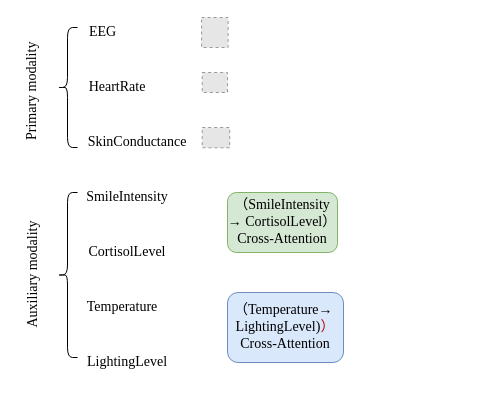
Before: EEG Classify.drawio in lyj-12/DrawIO, a draw.io diagram. Source tidied: cells renumbered, new cells numbered last; positions are measured from the earlier drawing's top-left corner, leaving out a move shared by most shapes. Both pictures are drawn from the tidied source at 100%, with x=0, y=0 at pixel (-23, 17). Pictures stored in the file or linked from it are replaced by grey dashed boxes.
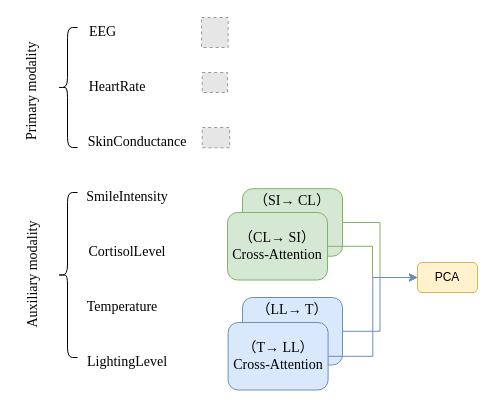
After the change.

Diff of the diagram source:
```diff
@@
-    <mxCell id="2" value="&lt;font style=&quot;font-size: 14px;&quot;&gt;（SmileIntensity&lt;/font&gt;&lt;div&gt;&lt;span style=&quot;font-size: 14px; background-color: transparent; color: light-dark(rgb(0, 0, 0), rgb(255, 255, 255));&quot;&gt;→&amp;nbsp;&lt;/span&gt;&lt;span style=&quot;background-color: transparent; color: light-dark(rgb(0, 0, 0), rgb(255, 255, 255)); font-size: 14px;&quot;&gt;CortisolLevel）&lt;/span&gt;&lt;div&gt;&lt;div&gt;&lt;font style=&quot;font-size: 14px;&quot;&gt;Cross-Attention&lt;/font&gt;&lt;/div&gt;&lt;/div&gt;&lt;/div&gt;" style="rounded=1;whiteSpace=wrap;html=1;fillColor=#d5e8d4;strokeColor=#82b366;fontFamily=Times New Roman;" parent="1" vertex="1">
-      <mxGeometry x="250" y="175" width="110" height="60" as="geometry" />
-    </mxCell>
-    <mxCell id="3" value="&lt;font style=&quot;font-size: 14px;&quot;&gt;（Temperature&lt;/font&gt;&lt;span style=&quot;font-size: 14px; background-color: transparent; color: light-dark(rgb(0, 0, 0), rgb(255, 255, 255));&quot;&gt;→&amp;nbsp;&lt;/span&gt;&lt;div&gt;&lt;span style=&quot;background-color: transparent;&quot;&gt;&lt;span style=&quot;font-size: 14px;&quot;&gt;LightingLevel)&lt;/span&gt;&lt;font color=&quot;rgba(0, 0, 0, 0)&quot;&gt;&lt;span style=&quot;font-size: 14px;&quot;&gt;）&lt;/span&gt;&lt;/font&gt;&lt;/span&gt;&lt;div&gt;&lt;font style=&quot;font-size: 14px;&quot;&gt;Cross-Attention&lt;/font&gt;&lt;/div&gt;&lt;/div&gt;" style="rounded=1;whiteSpace=wrap;html=1;fillColor=#dae8fc;strokeColor=#6c8ebf;fontFamily=Times New Roman;" parent="1" vertex="1">
-      <mxGeometry x="250" y="275" width="116" height="70" as="geometry" />
-    </mxCell>
@@
+    <mxCell id="18" style="edgeStyle=orthogonalEdgeStyle;rounded=0;jettySize=auto;html=1;entryX=0;entryY=0.5;entryDx=0;entryDy=0;fillColor=#d5e8d4;strokeColor=#82b366;" parent="1" edge="1" source="19" target="26">
+      <mxGeometry relative="1" as="geometry" />
+    </mxCell>
+    <mxCell id="19" value="&lt;font style=&quot;font-size: 14px;&quot;&gt;（SI&lt;/font&gt;&lt;span style=&quot;background-color: transparent; color: light-dark(rgb(0, 0, 0), rgb(255, 255, 255)); font-size: 14px;&quot;&gt;→&amp;nbsp;&lt;/span&gt;&lt;span style=&quot;background-color: transparent; color: light-dark(rgb(0, 0, 0), rgb(255, 255, 255)); font-size: 14px;&quot;&gt;CL）&lt;/span&gt;&lt;div&gt;&lt;br&gt;&lt;/div&gt;&lt;div&gt;&lt;br&gt;&lt;/div&gt;&lt;div&gt;&lt;br&gt;&lt;/div&gt;" style="rounded=1;whiteSpace=wrap;html=1;fillColor=#d5e8d4;strokeColor=#82b366;fontFamily=Times New Roman;" parent="1" vertex="1">
+      <mxGeometry x="265" y="171.2" width="100" height="67.5" as="geometry" />
+    </mxCell>
+    <mxCell id="20" style="edgeStyle=orthogonalEdgeStyle;rounded=0;jettySize=auto;html=1;entryX=0;entryY=0.5;entryDx=0;entryDy=0;fillColor=#d5e8d4;strokeColor=#82b366;" parent="1" edge="1" source="21" target="26">
+      <mxGeometry relative="1" as="geometry" />
+    </mxCell>
+    <mxCell id="21" value="&lt;font style=&quot;font-size: 14px;&quot;&gt;（CL&lt;/font&gt;&lt;span style=&quot;background-color: transparent; color: light-dark(rgb(0, 0, 0), rgb(255, 255, 255)); font-size: 14px;&quot;&gt;→&amp;nbsp;&lt;/span&gt;&lt;span style=&quot;background-color: transparent; color: light-dark(rgb(0, 0, 0), rgb(255, 255, 255)); font-size: 14px;&quot;&gt;SI）&lt;/span&gt;&lt;div&gt;&lt;div&gt;&lt;div&gt;&lt;font style=&quot;font-size: 14px;&quot;&gt;Cross-Attention&lt;/font&gt;&lt;/div&gt;&lt;/div&gt;&lt;/div&gt;" style="rounded=1;whiteSpace=wrap;html=1;fillColor=#d5e8d4;strokeColor=#82b366;fontFamily=Times New Roman;" parent="1" vertex="1">
+      <mxGeometry x="250" y="195" width="100" height="67.5" as="geometry" />
+    </mxCell>
+    <mxCell id="22" style="edgeStyle=orthogonalEdgeStyle;rounded=0;jettySize=auto;html=1;entryX=0;entryY=0.5;entryDx=0;entryDy=0;fillColor=#dae8fc;strokeColor=#6c8ebf;" parent="1" edge="1" source="23" target="26">
+      <mxGeometry relative="1" as="geometry" />
+    </mxCell>
+    <mxCell id="23" value="&lt;font style=&quot;font-size: 14px;&quot;&gt;（LL&lt;/font&gt;&lt;span style=&quot;background-color: transparent; color: light-dark(rgb(0, 0, 0), rgb(255, 255, 255)); font-size: 14px;&quot;&gt;→ T&lt;/span&gt;&lt;span style=&quot;background-color: transparent; color: light-dark(rgb(0, 0, 0), rgb(255, 255, 255)); font-size: 14px;&quot;&gt;）&lt;/span&gt;&lt;div&gt;&lt;br&gt;&lt;/div&gt;&lt;div&gt;&lt;br&gt;&lt;/div&gt;&lt;div&gt;&lt;br&gt;&lt;/div&gt;" style="rounded=1;whiteSpace=wrap;html=1;fillColor=#dae8fc;strokeColor=#6c8ebf;fontFamily=Times New Roman;align=center;verticalAlign=middle;fontSize=12;fontColor=default;" parent="1" vertex="1">
+      <mxGeometry x="265" y="280" width="100" height="67.5" as="geometry" />
+    </mxCell>
+    <mxCell id="24" style="edgeStyle=orthogonalEdgeStyle;rounded=0;jettySize=auto;html=1;entryX=0;entryY=0.5;entryDx=0;entryDy=0;fillColor=#dae8fc;strokeColor=#6c8ebf;" parent="1" edge="1" source="25" target="26">
+      <mxGeometry relative="1" as="geometry" />
+    </mxCell>
+    <mxCell id="25" value="&lt;font style=&quot;font-size: 14px;&quot;&gt;（T&lt;/font&gt;&lt;span style=&quot;background-color: transparent; color: light-dark(rgb(0, 0, 0), rgb(255, 255, 255)); font-size: 14px;&quot;&gt;→&amp;nbsp;&lt;/span&gt;&lt;span style=&quot;background-color: transparent; color: light-dark(rgb(0, 0, 0), rgb(255, 255, 255)); font-size: 14px;&quot;&gt;LL）&lt;/span&gt;&lt;div&gt;&lt;div&gt;&lt;div&gt;&lt;font style=&quot;font-size: 14px;&quot;&gt;Cross-Attention&lt;/font&gt;&lt;/div&gt;&lt;/div&gt;&lt;/div&gt;" style="rounded=1;whiteSpace=wrap;html=1;fillColor=#dae8fc;strokeColor=#6c8ebf;fontFamily=Times New Roman;align=center;verticalAlign=middle;fontSize=12;fontColor=default;" parent="1" vertex="1">
+      <mxGeometry x="250.6" y="305" width="100" height="67.5" as="geometry" />
+    </mxCell>
+    <mxCell id="26" value="PCA" style="rounded=1;whiteSpace=wrap;html=1;fillColor=#fff2cc;strokeColor=#d6b656;" parent="1" vertex="1">
+      <mxGeometry x="440" y="245" width="60" height="30" as="geometry" />
+    </mxCell>
```
